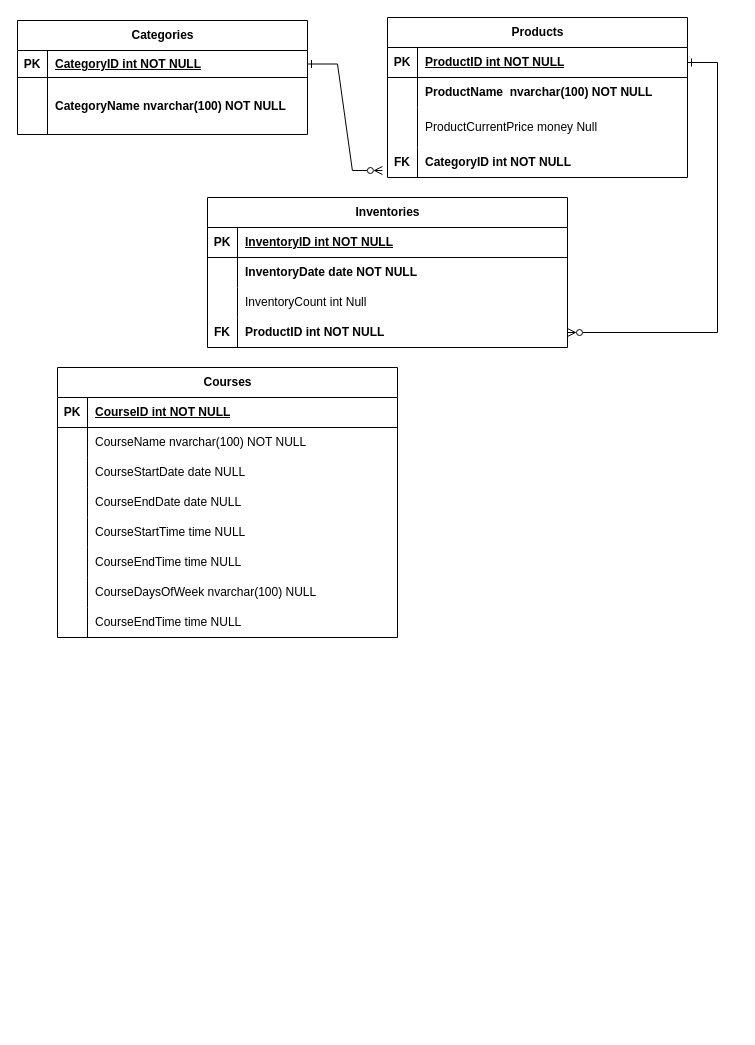
The draw.io diagram ERDforFinal.drawio in juliayork2/DBFoundations, before the edit. Source tidied: cells renumbered, new cells numbered last; positions are measured from the earlier drawing's top-left corner, leaving out a move shared by most shapes. Both pictures are drawn from the tidied source at 100%, with x=0, y=0 at pixel (17, 17).
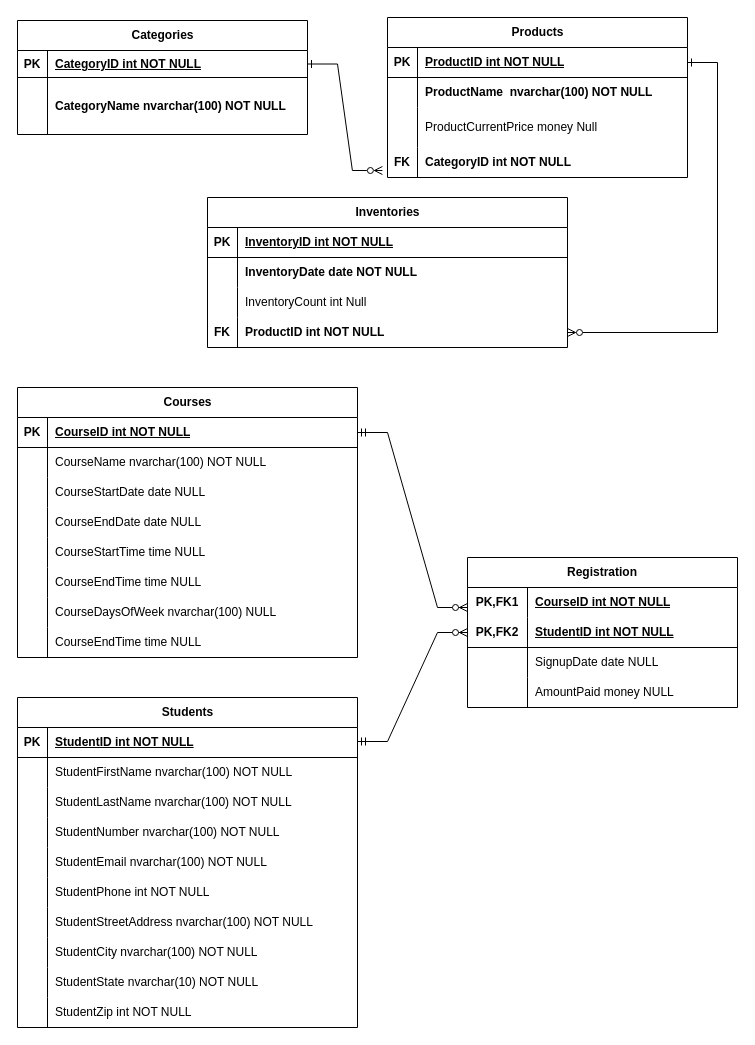
The same page after the edit.

Unchanged cells that the change refers to:
```xml
<mxCell id="38" style="shape=tableRow;horizontal=0;startSize=0;swimlaneHead=0;swimlaneBody=0;fillColor=none;points=[[0,0.5],[1,0.5]];portConstraint=eastwest;top=0;left=0;right=0;bottom=1;" parent="37" vertex="1">
  <mxGeometry y="30" width="340" height="30" as="geometry" />
</mxCell>
```

Diff of the diagram source:
```diff
@@
     <mxCell id="37" value="&lt;div&gt;Courses&lt;/div&gt;" style="shape=table;startSize=30;childLayout=tableLayout;rowLines=0;fontStyle=1;align=center;html=1;" parent="1" vertex="1">
-      <mxGeometry x="40" y="350" width="340" height="270" as="geometry" />
+      <mxGeometry y="370" width="340" height="270" as="geometry" />
     </mxCell>
@@
+    <mxCell id="62" value="Students" style="shape=table;startSize=30;childLayout=tableLayout;rowLines=0;fontStyle=1;align=center;html=1;" parent="1" vertex="1">
+      <mxGeometry y="680" width="340" height="330" as="geometry" />
+    </mxCell>
+    <mxCell id="63" style="shape=tableRow;horizontal=0;startSize=0;swimlaneHead=0;swimlaneBody=0;fillColor=none;top=0;left=0;right=0;bottom=1;" parent="62" vertex="1">
+      <mxGeometry y="30" width="340" height="30" as="geometry" />
+    </mxCell>
+    <mxCell id="64" value="PK" style="shape=partialRectangle;fillColor=none;top=0;left=0;bottom=0;right=0;fontStyle=1;overflow=hidden;whiteSpace=wrap;html=1;" parent="63" vertex="1">
+      <mxGeometry width="30" height="30" as="geometry" />
+    </mxCell>
+    <mxCell id="65" value="StudentID int NOT NULL" style="shape=partialRectangle;fillColor=none;top=0;left=0;bottom=0;right=0;align=left;spacingLeft=6;fontStyle=5;overflow=hidden;whiteSpace=wrap;html=1;" parent="63" vertex="1">
+      <mxGeometry x="30" width="310" height="30" as="geometry" />
+    </mxCell>
+    <mxCell id="66" style="shape=tableRow;horizontal=0;startSize=0;swimlaneHead=0;swimlaneBody=0;fillColor=none;top=0;left=0;right=0;bottom=0;" parent="62" vertex="1">
+      <mxGeometry y="60" width="340" height="30" as="geometry" />
+    </mxCell>
+    <mxCell id="67" style="shape=partialRectangle;fillColor=none;top=0;left=0;bottom=0;right=0;overflow=hidden;whiteSpace=wrap;html=1;" parent="66" vertex="1">
+      <mxGeometry width="30" height="30" as="geometry" />
+    </mxCell>
+    <mxCell id="68" value="StudentFirstName&amp;nbsp;nvarchar(100) NOT NULL" style="shape=partialRectangle;fillColor=none;top=0;left=0;bottom=0;right=0;align=left;spacingLeft=6;overflow=hidden;whiteSpace=wrap;html=1;" parent="66" vertex="1">
+      <mxGeometry x="30" width="310" height="30" as="geometry" />
+    </mxCell>
+    <mxCell id="69" style="shape=tableRow;horizontal=0;startSize=0;swimlaneHead=0;swimlaneBody=0;fillColor=none;top=0;left=0;right=0;bottom=0;" parent="62" vertex="1">
+      <mxGeometry y="90" width="340" height="30" as="geometry" />
+    </mxCell>
+    <mxCell id="70" style="shape=partialRectangle;fillColor=none;top=0;left=0;bottom=0;right=0;overflow=hidden;whiteSpace=wrap;html=1;" parent="69" vertex="1">
+      <mxGeometry width="30" height="30" as="geometry" />
+    </mxCell>
+    <mxCell id="71" value="StudentLastName nvarchar(100) NOT NULL" style="shape=partialRectangle;fillColor=none;top=0;left=0;bottom=0;right=0;align=left;spacingLeft=6;overflow=hidden;whiteSpace=wrap;html=1;" parent="69" vertex="1">
+      <mxGeometry x="30" width="310" height="30" as="geometry" />
+    </mxCell>
+    <mxCell id="72" style="shape=tableRow;horizontal=0;startSize=0;swimlaneHead=0;swimlaneBody=0;fillColor=none;top=0;left=0;right=0;bottom=0;" parent="62" vertex="1">
+      <mxGeometry y="120" width="340" height="30" as="geometry" />
+    </mxCell>
+    <mxCell id="73" style="shape=partialRectangle;fillColor=none;top=0;left=0;bottom=0;right=0;overflow=hidden;whiteSpace=wrap;html=1;" parent="72" vertex="1">
+      <mxGeometry width="30" height="30" as="geometry" />
+    </mxCell>
+    <mxCell id="74" value="StudentNumber nvarchar(100) NOT NULL" style="shape=partialRectangle;fillColor=none;top=0;left=0;bottom=0;right=0;align=left;spacingLeft=6;overflow=hidden;whiteSpace=wrap;html=1;" parent="72" vertex="1">
+      <mxGeometry x="30" width="310" height="30" as="geometry" />
+    </mxCell>
+    <mxCell id="75" style="shape=tableRow;horizontal=0;startSize=0;swimlaneHead=0;swimlaneBody=0;fillColor=none;top=0;left=0;right=0;bottom=0;" parent="62" vertex="1">
+      <mxGeometry y="150" width="340" height="30" as="geometry" />
+    </mxCell>
+    <mxCell id="76" style="shape=partialRectangle;fillColor=none;top=0;left=0;bottom=0;right=0;overflow=hidden;whiteSpace=wrap;html=1;" parent="75" vertex="1">
+      <mxGeometry width="30" height="30" as="geometry" />
+    </mxCell>
+    <mxCell id="77" value="StudentEmail nvarchar(100) NOT NULL" style="shape=partialRectangle;fillColor=none;top=0;left=0;bottom=0;right=0;align=left;spacingLeft=6;overflow=hidden;whiteSpace=wrap;html=1;" parent="75" vertex="1">
+      <mxGeometry x="30" width="310" height="30" as="geometry" />
+    </mxCell>
+    <mxCell id="78" style="shape=tableRow;horizontal=0;startSize=0;swimlaneHead=0;swimlaneBody=0;fillColor=none;top=0;left=0;right=0;bottom=0;" parent="62" vertex="1">
+      <mxGeometry y="180" width="340" height="30" as="geometry" />
+    </mxCell>
+    <mxCell id="79" style="shape=partialRectangle;fillColor=none;top=0;left=0;bottom=0;right=0;overflow=hidden;whiteSpace=wrap;html=1;" parent="78" vertex="1">
+      <mxGeometry width="30" height="30" as="geometry" />
+    </mxCell>
+    <mxCell id="80" value="StudentPhone int NOT NULL" style="shape=partialRectangle;fillColor=none;top=0;left=0;bottom=0;right=0;align=left;spacingLeft=6;overflow=hidden;whiteSpace=wrap;html=1;" parent="78" vertex="1">
+      <mxGeometry x="30" width="310" height="30" as="geometry" />
+    </mxCell>
+    <mxCell id="81" style="shape=tableRow;horizontal=0;startSize=0;swimlaneHead=0;swimlaneBody=0;fillColor=none;top=0;left=0;right=0;bottom=0;" parent="62" vertex="1">
+      <mxGeometry y="210" width="340" height="30" as="geometry" />
+    </mxCell>
+    <mxCell id="82" style="shape=partialRectangle;fillColor=none;top=0;left=0;bottom=0;right=0;overflow=hidden;whiteSpace=wrap;html=1;" parent="81" vertex="1">
+      <mxGeometry width="30" height="30" as="geometry" />
+    </mxCell>
+    <mxCell id="83" value="StudentStreetAddress nvarchar(100) NOT NULL" style="shape=partialRectangle;fillColor=none;top=0;left=0;bottom=0;right=0;align=left;spacingLeft=6;overflow=hidden;whiteSpace=wrap;html=1;" parent="81" vertex="1">
+      <mxGeometry x="30" width="310" height="30" as="geometry" />
+    </mxCell>
+    <mxCell id="84" style="shape=tableRow;horizontal=0;startSize=0;swimlaneHead=0;swimlaneBody=0;fillColor=none;top=0;left=0;right=0;bottom=0;" parent="62" vertex="1">
+      <mxGeometry y="240" width="340" height="30" as="geometry" />
+    </mxCell>
+    <mxCell id="85" style="shape=partialRectangle;fillColor=none;top=0;left=0;bottom=0;right=0;overflow=hidden;whiteSpace=wrap;html=1;" parent="84" vertex="1">
+      <mxGeometry width="30" height="30" as="geometry" />
+    </mxCell>
+    <mxCell id="86" value="StudentCity nvarchar(100) NOT NULL" style="shape=partialRectangle;fillColor=none;top=0;left=0;bottom=0;right=0;align=left;spacingLeft=6;overflow=hidden;whiteSpace=wrap;html=1;" parent="84" vertex="1">
+      <mxGeometry x="30" width="310" height="30" as="geometry" />
+    </mxCell>
+    <mxCell id="87" style="shape=tableRow;horizontal=0;startSize=0;swimlaneHead=0;swimlaneBody=0;fillColor=none;top=0;left=0;right=0;bottom=0;" parent="62" vertex="1">
+      <mxGeometry y="270" width="340" height="30" as="geometry" />
+    </mxCell>
+    <mxCell id="88" style="shape=partialRectangle;fillColor=none;top=0;left=0;bottom=0;right=0;overflow=hidden;whiteSpace=wrap;html=1;" parent="87" vertex="1">
+      <mxGeometry width="30" height="30" as="geometry" />
+    </mxCell>
+    <mxCell id="89" value="StudentState nvarchar(10) NOT NULL" style="shape=partialRectangle;fillColor=none;top=0;left=0;bottom=0;right=0;align=left;spacingLeft=6;overflow=hidden;whiteSpace=wrap;html=1;" parent="87" vertex="1">
+      <mxGeometry x="30" width="310" height="30" as="geometry" />
+    </mxCell>
+    <mxCell id="90" style="shape=tableRow;horizontal=0;startSize=0;swimlaneHead=0;swimlaneBody=0;fillColor=none;top=0;left=0;right=0;bottom=0;" parent="62" vertex="1">
+      <mxGeometry y="300" width="340" height="30" as="geometry" />
+    </mxCell>
+    <mxCell id="91" style="shape=partialRectangle;fillColor=none;top=0;left=0;bottom=0;right=0;overflow=hidden;whiteSpace=wrap;html=1;" parent="90" vertex="1">
+      <mxGeometry width="30" height="30" as="geometry" />
+    </mxCell>
+    <mxCell id="92" value="StudentZip int NOT NULL" style="shape=partialRectangle;fillColor=none;top=0;left=0;bottom=0;right=0;align=left;spacingLeft=6;overflow=hidden;whiteSpace=wrap;html=1;" parent="90" vertex="1">
+      <mxGeometry x="30" width="310" height="30" as="geometry" />
+    </mxCell>
+    <mxCell id="93" value="Registration" style="shape=table;startSize=30;childLayout=tableLayout;rowLines=0;fontStyle=1;align=center;html=1;whiteSpace=wrap;" parent="1" vertex="1">
+      <mxGeometry x="450" y="540" width="270" height="150" as="geometry" />
+    </mxCell>
+    <mxCell id="94" style="shape=tableRow;horizontal=0;startSize=0;swimlaneHead=0;swimlaneBody=0;fillColor=none;top=0;left=0;right=0;bottom=0;html=1;" parent="93" vertex="1">
+      <mxGeometry y="30" width="270" height="30" as="geometry" />
+    </mxCell>
+    <mxCell id="95" value="PK,FK1" style="shape=partialRectangle;fillColor=none;top=0;left=0;bottom=0;right=0;fontStyle=1;overflow=hidden;html=1;whiteSpace=wrap;" parent="94" vertex="1">
+      <mxGeometry width="60" height="30" as="geometry" />
+    </mxCell>
+    <mxCell id="96" value="CourseID int NOT NULL" style="shape=partialRectangle;fillColor=none;top=0;left=0;bottom=0;right=0;align=left;spacingLeft=6;fontStyle=5;overflow=hidden;html=1;whiteSpace=wrap;" parent="94" vertex="1">
+      <mxGeometry x="60" width="210" height="30" as="geometry" />
+    </mxCell>
+    <mxCell id="97" style="shape=tableRow;horizontal=0;startSize=0;swimlaneHead=0;swimlaneBody=0;fillColor=none;points=[[0,0.5],[1,0.5]];portConstraint=eastwest;top=0;left=0;right=0;bottom=1;html=1;" parent="93" vertex="1">
+      <mxGeometry y="60" width="270" height="30" as="geometry" />
+    </mxCell>
+    <mxCell id="98" value="PK,FK2" style="shape=partialRectangle;fillColor=none;top=0;left=0;bottom=0;right=0;fontStyle=1;overflow=hidden;html=1;whiteSpace=wrap;" parent="97" vertex="1">
+      <mxGeometry width="60" height="30" as="geometry" />
+    </mxCell>
+    <mxCell id="99" value="StudentID int NOT NULL" style="shape=partialRectangle;fillColor=none;top=0;left=0;bottom=0;right=0;align=left;spacingLeft=6;fontStyle=5;overflow=hidden;html=1;whiteSpace=wrap;" parent="97" vertex="1">
+      <mxGeometry x="60" width="210" height="30" as="geometry" />
+    </mxCell>
+    <mxCell id="100" style="shape=tableRow;horizontal=0;startSize=0;swimlaneHead=0;swimlaneBody=0;fillColor=none;top=0;left=0;right=0;bottom=0;html=1;" parent="93" vertex="1">
+      <mxGeometry y="90" width="270" height="30" as="geometry" />
+    </mxCell>
+    <mxCell id="101" style="shape=partialRectangle;fillColor=none;top=0;left=0;bottom=0;right=0;overflow=hidden;html=1;whiteSpace=wrap;" parent="100" vertex="1">
+      <mxGeometry width="60" height="30" as="geometry" />
+    </mxCell>
+    <mxCell id="102" value="SignupDate date NULL" style="shape=partialRectangle;fillColor=none;top=0;left=0;bottom=0;right=0;align=left;spacingLeft=6;overflow=hidden;html=1;whiteSpace=wrap;" parent="100" vertex="1">
+      <mxGeometry x="60" width="210" height="30" as="geometry" />
+    </mxCell>
+    <mxCell id="103" style="shape=tableRow;horizontal=0;startSize=0;swimlaneHead=0;swimlaneBody=0;fillColor=none;top=0;left=0;right=0;bottom=0;html=1;" parent="93" vertex="1">
+      <mxGeometry y="120" width="270" height="30" as="geometry" />
+    </mxCell>
+    <mxCell id="104" style="shape=partialRectangle;fillColor=none;top=0;left=0;bottom=0;right=0;overflow=hidden;html=1;whiteSpace=wrap;" parent="103" vertex="1">
+      <mxGeometry width="60" height="30" as="geometry" />
+    </mxCell>
+    <mxCell id="105" value="AmountPaid money NULL" style="shape=partialRectangle;fillColor=none;top=0;left=0;bottom=0;right=0;align=left;spacingLeft=6;overflow=hidden;html=1;whiteSpace=wrap;" parent="103" vertex="1">
+      <mxGeometry x="60" width="210" height="30" as="geometry" />
+    </mxCell>
+    <mxCell id="106" style="edgeStyle=entityRelationEdgeStyle;fontSize=12;html=1;endArrow=ERzeroToMany;startArrow=ERmandOne;rounded=0;exitX=1;exitY=0.5;exitDx=0;exitDy=0;" parent="1" edge="1" source="38">
+      <mxGeometry relative="1" as="geometry">
+        <mxPoint x="450" y="590" as="targetPoint" />
+      </mxGeometry>
+    </mxCell>
+    <mxCell id="107" style="edgeStyle=entityRelationEdgeStyle;fontSize=12;html=1;endArrow=ERzeroToMany;startArrow=ERmandOne;rounded=0;" parent="1" edge="1" target="97">
+      <mxGeometry relative="1" as="geometry">
+        <mxPoint x="340" y="724" as="sourcePoint" />
+        <Array as="points">
+          <mxPoint x="490" y="825" />
+          <mxPoint x="500" y="820" />
+          <mxPoint x="460" y="825" />
+        </Array>
+      </mxGeometry>
+    </mxCell>
```
